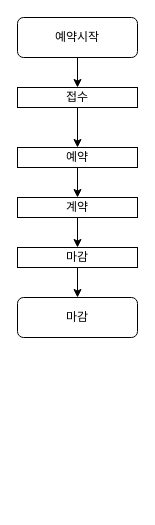
This is page "Page-1" (1 of 4) of RsvFlow.drawio from nsnnsn12/TestProject, a draw.io file, before an edit. Source tidied: cells renumbered, new cells numbered last; positions are measured from the earlier drawing's top-left corner, leaving out a move shared by most shapes. Both pictures are drawn from the tidied source at 100%, with x=0, y=0 at pixel (17, 17).
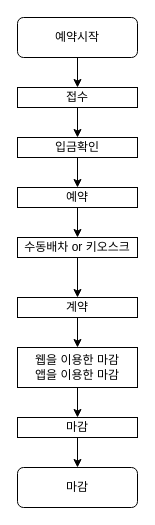
Above is the later version.

Change to the diagram source:
```diff
@@
 <mxGraphModel>
   <root>
     <mxCell id="0" />
     <mxCell id="1" parent="0" />
     <mxCell id="2" style="edgeStyle=orthogonalEdgeStyle;rounded=0;jettySize=auto;html=1;exitX=0.5;exitY=1;exitDx=0;exitDy=0;" parent="1" edge="1" source="3" target="6">
       <mxGeometry relative="1" as="geometry" />
     </mxCell>
     <mxCell id="3" value="예약시작" style="rounded=1;whiteSpace=wrap;html=1;fontSize=12;glass=0;strokeWidth=1;shadow=0;" parent="1" vertex="1">
       <mxGeometry width="120" height="40" as="geometry" />
     </mxCell>
     <mxCell id="4" value="마감" style="rounded=1;whiteSpace=wrap;html=1;fontSize=12;glass=0;strokeWidth=1;shadow=0;" parent="1" vertex="1">
-      <mxGeometry y="280" width="120" height="40" as="geometry" />
+      <mxGeometry y="450" width="120" height="40" as="geometry" />
     </mxCell>
-    <mxCell id="5" style="edgeStyle=orthogonalEdgeStyle;rounded=0;jettySize=auto;html=1;exitX=0.5;exitY=1;exitDx=0;exitDy=0;entryX=0.5;entryY=0;entryDx=0;entryDy=0;" parent="1" edge="1" source="6" target="8">
-      <mxGeometry relative="1" as="geometry" />
-    </mxCell>
+    <mxCell id="13" style="edgeStyle=orthogonalEdgeStyle;rounded=0;jettySize=auto;html=1;exitX=0.5;exitY=1;exitDx=0;exitDy=0;entryX=0.5;entryY=0;entryDx=0;entryDy=0;" parent="1" edge="1" source="6" target="17">
+      <mxGeometry relative="1" as="geometry" />
+    </mxCell>
     <mxCell id="6" value="접수" style="rounded=0;whiteSpace=wrap;html=1;" parent="1" vertex="1">
       <mxGeometry y="70" width="120" height="20" as="geometry" />
     </mxCell>
-    <mxCell id="7" style="edgeStyle=orthogonalEdgeStyle;rounded=0;jettySize=auto;html=1;exitX=0.5;exitY=1;exitDx=0;exitDy=0;" parent="1" edge="1" source="8" target="10">
-      <mxGeometry relative="1" as="geometry" />
-    </mxCell>
+    <mxCell id="14" style="edgeStyle=orthogonalEdgeStyle;rounded=0;jettySize=auto;html=1;exitX=0.5;exitY=1;exitDx=0;exitDy=0;" parent="1" edge="1" source="8" target="19">
+      <mxGeometry relative="1" as="geometry" />
+    </mxCell>
     <mxCell id="8" value="예약" style="rounded=0;whiteSpace=wrap;html=1;" parent="1" vertex="1">
-      <mxGeometry y="130" width="120" height="20" as="geometry" />
+      <mxGeometry y="170" width="120" height="20" as="geometry" />
     </mxCell>
-    <mxCell id="9" style="edgeStyle=orthogonalEdgeStyle;rounded=0;jettySize=auto;html=1;exitX=0.5;exitY=1;exitDx=0;exitDy=0;entryX=0.5;entryY=0;entryDx=0;entryDy=0;" parent="1" edge="1" source="10" target="12">
-      <mxGeometry relative="1" as="geometry" />
-    </mxCell>
+    <mxCell id="15" style="edgeStyle=orthogonalEdgeStyle;rounded=0;jettySize=auto;html=1;exitX=0.5;exitY=1;exitDx=0;exitDy=0;entryX=0.5;entryY=0;entryDx=0;entryDy=0;" parent="1" edge="1" source="10" target="21">
+      <mxGeometry relative="1" as="geometry" />
+    </mxCell>
     <mxCell id="10" value="계약" style="rounded=0;whiteSpace=wrap;html=1;" parent="1" vertex="1">
-      <mxGeometry y="180" width="120" height="20" as="geometry" />
+      <mxGeometry y="280" width="120" height="20" as="geometry" />
     </mxCell>
     <mxCell id="11" style="edgeStyle=orthogonalEdgeStyle;rounded=0;jettySize=auto;html=1;exitX=0.5;exitY=1;exitDx=0;exitDy=0;" parent="1" edge="1" source="12" target="4">
       <mxGeometry relative="1" as="geometry" />
     </mxCell>
     <mxCell id="12" value="마감" style="rounded=0;whiteSpace=wrap;html=1;" parent="1" vertex="1">
-      <mxGeometry y="230" width="120" height="20" as="geometry" />
+      <mxGeometry y="400" width="120" height="20" as="geometry" />
     </mxCell>
+    <mxCell id="16" style="edgeStyle=orthogonalEdgeStyle;rounded=0;jettySize=auto;html=1;exitX=0.5;exitY=1;exitDx=0;exitDy=0;entryX=0.5;entryY=0;entryDx=0;entryDy=0;" parent="1" edge="1" source="17" target="8">
+      <mxGeometry relative="1" as="geometry" />
+    </mxCell>
+    <mxCell id="17" value="입금확인" style="rounded=0;whiteSpace=wrap;html=1;" parent="1" vertex="1">
+      <mxGeometry y="120" width="120" height="20" as="geometry" />
+    </mxCell>
+    <mxCell id="18" style="edgeStyle=orthogonalEdgeStyle;rounded=0;jettySize=auto;html=1;exitX=0.5;exitY=1;exitDx=0;exitDy=0;entryX=0.5;entryY=0;entryDx=0;entryDy=0;" parent="1" edge="1" source="19" target="10">
+      <mxGeometry relative="1" as="geometry" />
+    </mxCell>
+    <mxCell id="19" value="수동배차 or 키오스크" style="rounded=0;whiteSpace=wrap;html=1;" parent="1" vertex="1">
+      <mxGeometry y="220" width="120" height="20" as="geometry" />
+    </mxCell>
+    <mxCell id="20" style="edgeStyle=orthogonalEdgeStyle;rounded=0;jettySize=auto;html=1;exitX=0.5;exitY=1;exitDx=0;exitDy=0;entryX=0.5;entryY=0;entryDx=0;entryDy=0;" parent="1" edge="1" source="21" target="12">
+      <mxGeometry relative="1" as="geometry" />
+    </mxCell>
+    <mxCell id="21" value="웹을 이용한 마감&lt;br&gt;앱을 이용한 마감" style="rounded=0;whiteSpace=wrap;html=1;" parent="1" vertex="1">
+      <mxGeometry y="330" width="120" height="40" as="geometry" />
+    </mxCell>
   </root>
 </mxGraphModel>
```
